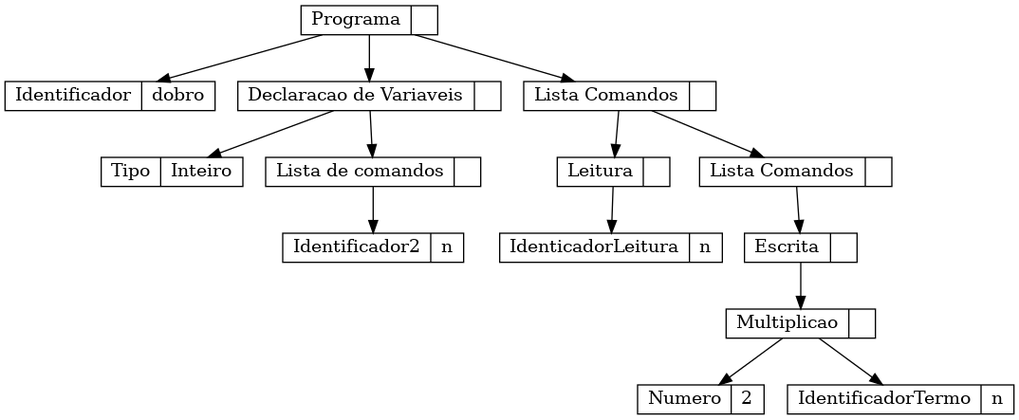
Joao-Pedro-dos-Santos-Melo/compiladores keeps this Graphviz diagram as analisador/parte5/tree.png. Above is the earlier version. Its source is kept beside it as analisador/parte5/tree.dot.
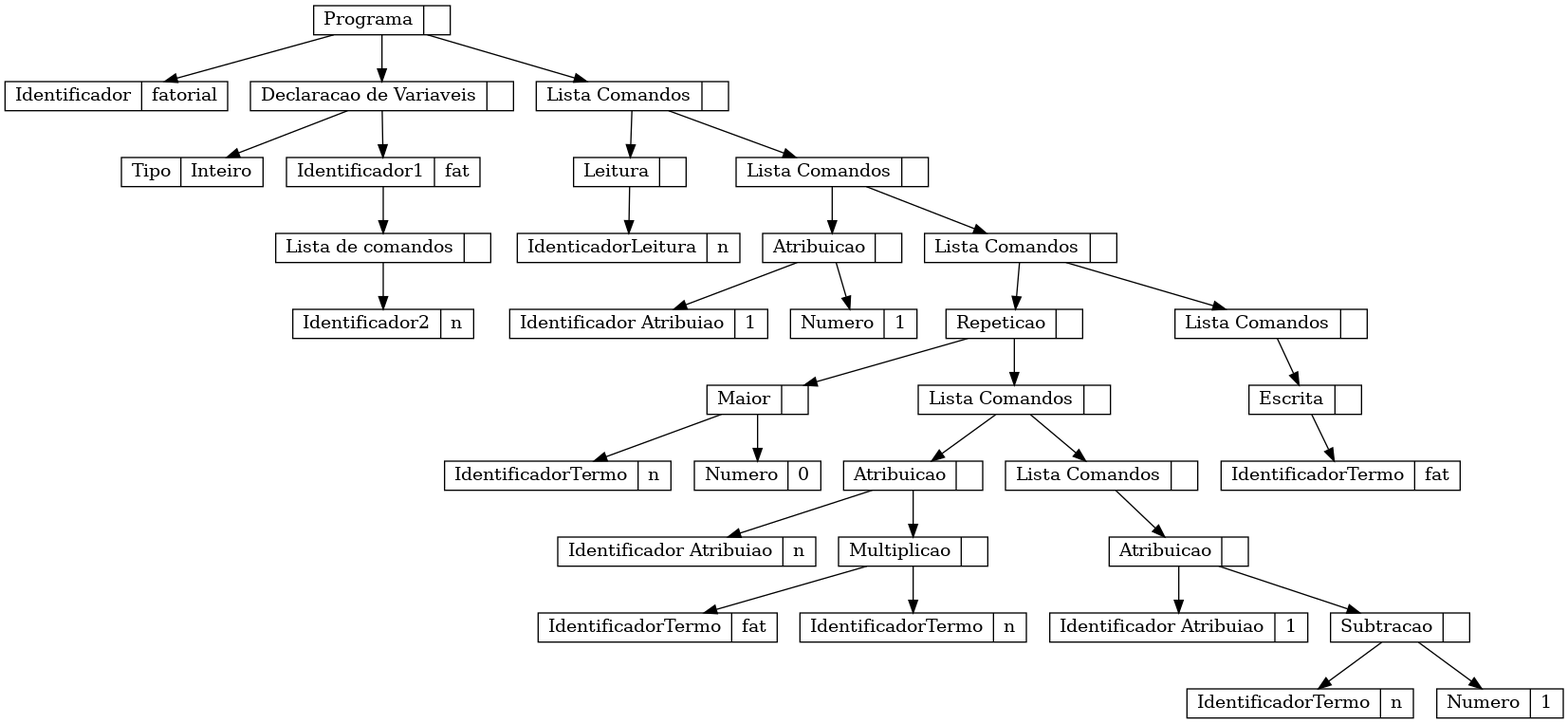
After the change.

Change to the diagram source:
```diff
@@ -1,30 +1,70 @@
 digraph {
 	node [ shape=record, height = .1] ;
-	n0x5c3f1cf14d10 [label="Programa|"]
-	n0x5c3f1cf146f0 [label="Identificador|dobro"]
-	n0x5c3f1cf148b0 [label="Declaracao de Variaveis|"]
-	n0x5c3f1cf14760 [label="Tipo|Inteiro"]
-	n0x5c3f1cf147d0 [label="Lista de comandos|"]
-	n0x5c3f1cf14840 [label="Identificador2|n"]
-	n0x5c3f1cf14ca0 [label="Lista Comandos|"]
-	n0x5c3f1cf14a00 [label="Leitura|"]
-	n0x5c3f1cf14990 [label="IdenticadorLeitura|n"]
-	n0x5c3f1cf14c30 [label="Lista Comandos|"]
-	n0x5c3f1cf14bc0 [label="Escrita|"]
-	n0x5c3f1cf14b50 [label="Multiplicao|"]
-	n0x5c3f1cf14a70 [label="Numero|2"]
-	n0x5c3f1cf14ae0 [label="IdentificadorTermo|n"]
-	n0x5c3f1cf14d10 -> n0x5c3f1cf146f0
-	n0x5c3f1cf14d10 -> n0x5c3f1cf148b0
-	n0x5c3f1cf148b0 -> n0x5c3f1cf14760
-	n0x5c3f1cf148b0 -> n0x5c3f1cf147d0
-	n0x5c3f1cf147d0 -> n0x5c3f1cf14840
-	n0x5c3f1cf14d10 -> n0x5c3f1cf14ca0
-	n0x5c3f1cf14ca0 -> n0x5c3f1cf14a00
-	n0x5c3f1cf14a00 -> n0x5c3f1cf14990
-	n0x5c3f1cf14ca0 -> n0x5c3f1cf14c30
-	n0x5c3f1cf14c30 -> n0x5c3f1cf14bc0
-	n0x5c3f1cf14bc0 -> n0x5c3f1cf14b50
-	n0x5c3f1cf14b50 -> n0x5c3f1cf14a70
-	n0x5c3f1cf14b50 -> n0x5c3f1cf14ae0
+	n0x64e782b9e5d0 [label="Programa|"]
+	n0x64e782b9d6f0 [label="Identificador|fatorial"]
+	n0x64e782b9d920 [label="Declaracao de Variaveis|"]
+	n0x64e782b9d760 [label="Tipo|Inteiro"]
+	n0x64e782b9d8b0 [label="Identificador1|fat"]
+	n0x64e782b9d7d0 [label="Lista de comandos|"]
+	n0x64e782b9d840 [label="Identificador2|n"]
+	n0x64e782b9e560 [label="Lista Comandos|"]
+	n0x64e782b9da70 [label="Leitura|"]
+	n0x64e782b9da00 [label="IdenticadorLeitura|n"]
+	n0x64e782b9e4f0 [label="Lista Comandos|"]
+	n0x64e782b9db50 [label="Atribuicao|"]
+	n0x64e782b9dbc0 [label="Identificador Atribuiao|1"]
+	n0x64e782b9dae0 [label="Numero|1"]
+	n0x64e782b9e480 [label="Lista Comandos|"]
+	n0x64e782b9e2c0 [label="Repeticao|"]
+	n0x64e782b9dd10 [label="Maior|"]
+	n0x64e782b9dc30 [label="IdentificadorTermo|n"]
+	n0x64e782b9dca0 [label="Numero|0"]
+	n0x64e782b9e250 [label="Lista Comandos|"]
+	n0x64e782b9ded0 [label="Atribuicao|"]
+	n0x64e782b9df40 [label="Identificador Atribuiao|n"]
+	n0x64e782b9de60 [label="Multiplicao|"]
+	n0x64e782b9dd80 [label="IdentificadorTermo|fat"]
+	n0x64e782b9ddf0 [label="IdentificadorTermo|n"]
+	n0x64e782b9e1e0 [label="Lista Comandos|"]
+	n0x64e782b9e100 [label="Atribuicao|"]
+	n0x64e782b9e170 [label="Identificador Atribuiao|1"]
+	n0x64e782b9e090 [label="Subtracao|"]
+	n0x64e782b9dfb0 [label="IdentificadorTermo|n"]
+	n0x64e782b9e020 [label="Numero|1"]
+	n0x64e782b9e410 [label="Lista Comandos|"]
+	n0x64e782b9e3a0 [label="Escrita|"]
+	n0x64e782b9e330 [label="IdentificadorTermo|fat"]
+	n0x64e782b9e5d0 -> n0x64e782b9d6f0
+	n0x64e782b9e5d0 -> n0x64e782b9d920
+	n0x64e782b9d920 -> n0x64e782b9d760
+	n0x64e782b9d920 -> n0x64e782b9d8b0
+	n0x64e782b9d8b0 -> n0x64e782b9d7d0
+	n0x64e782b9d7d0 -> n0x64e782b9d840
+	n0x64e782b9e5d0 -> n0x64e782b9e560
+	n0x64e782b9e560 -> n0x64e782b9da70
+	n0x64e782b9da70 -> n0x64e782b9da00
+	n0x64e782b9e560 -> n0x64e782b9e4f0
+	n0x64e782b9e4f0 -> n0x64e782b9db50
+	n0x64e782b9db50 -> n0x64e782b9dbc0
+	n0x64e782b9db50 -> n0x64e782b9dae0
+	n0x64e782b9e4f0 -> n0x64e782b9e480
+	n0x64e782b9e480 -> n0x64e782b9e2c0
+	n0x64e782b9e2c0 -> n0x64e782b9dd10
+	n0x64e782b9dd10 -> n0x64e782b9dc30
+	n0x64e782b9dd10 -> n0x64e782b9dca0
+	n0x64e782b9e2c0 -> n0x64e782b9e250
+	n0x64e782b9e250 -> n0x64e782b9ded0
+	n0x64e782b9ded0 -> n0x64e782b9df40
+	n0x64e782b9ded0 -> n0x64e782b9de60
+	n0x64e782b9de60 -> n0x64e782b9dd80
+	n0x64e782b9de60 -> n0x64e782b9ddf0
+	n0x64e782b9e250 -> n0x64e782b9e1e0
+	n0x64e782b9e1e0 -> n0x64e782b9e100
+	n0x64e782b9e100 -> n0x64e782b9e170
+	n0x64e782b9e100 -> n0x64e782b9e090
+	n0x64e782b9e090 -> n0x64e782b9dfb0
+	n0x64e782b9e090 -> n0x64e782b9e020
+	n0x64e782b9e480 -> n0x64e782b9e410
+	n0x64e782b9e410 -> n0x64e782b9e3a0
+	n0x64e782b9e3a0 -> n0x64e782b9e330
 }
```
